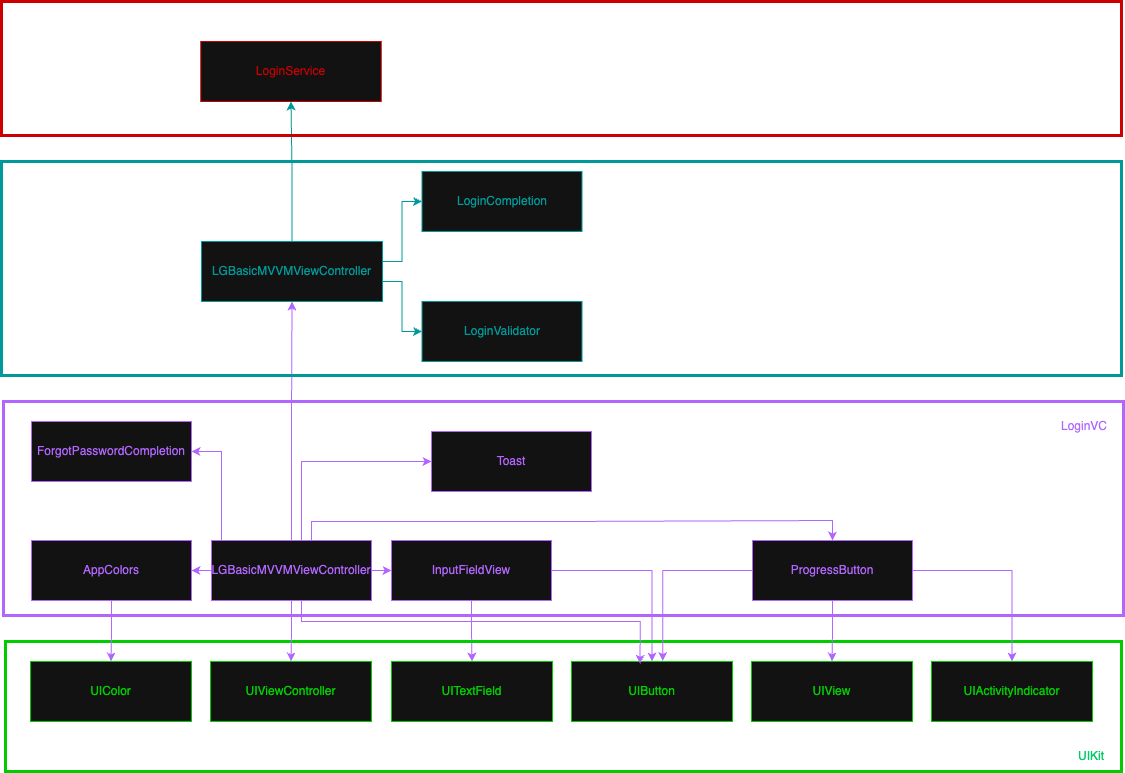
This is ECommerceScreens/ECommerceScreens/Login/BasicMVVM/Diagrams/LGBasicMVVMDependency.png from hiren9697/UIPatternsDemonstration, a draw.io export, as it was before one commit. Source tidied: cells renumbered, new cells last; positions are measured from the earlier drawing's top-left corner, leaving out a move shared by most shapes.
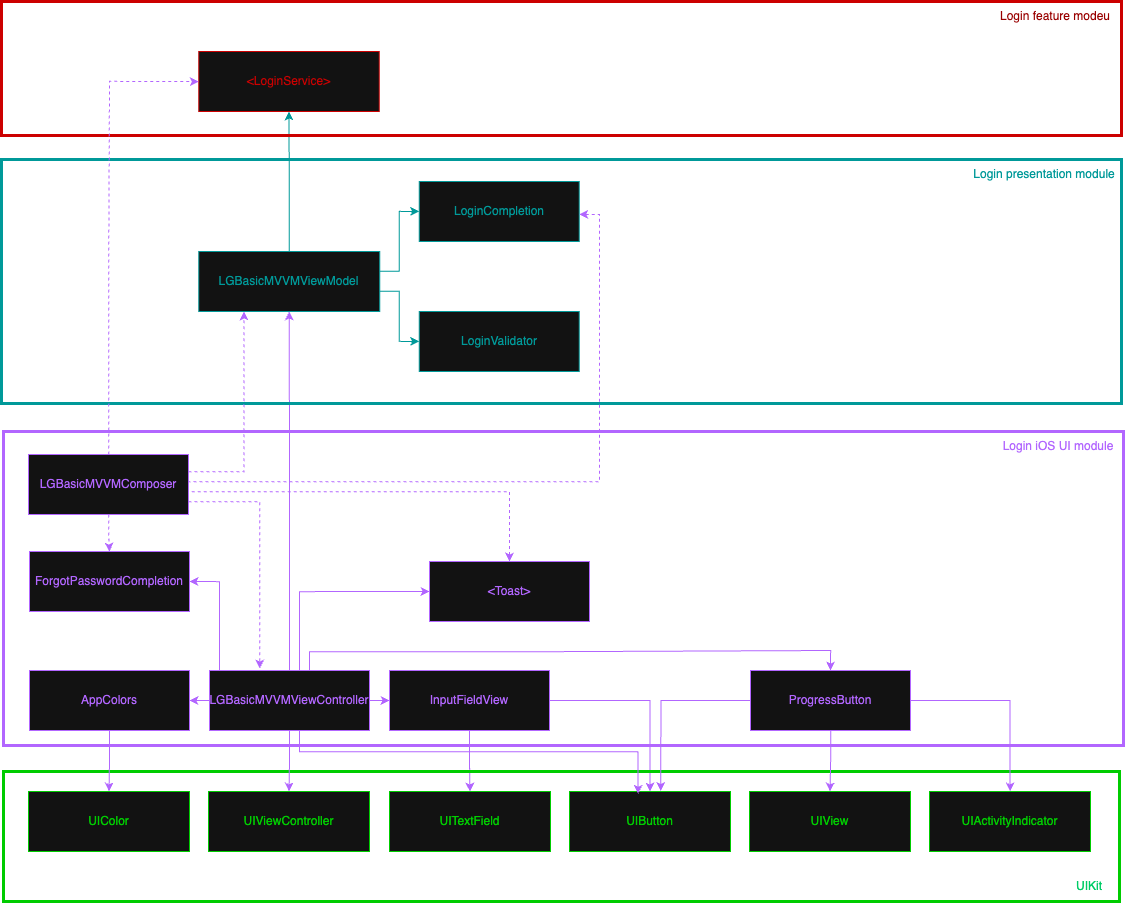
After the commit.

The edit, as a diff of the source:
```diff
@@ -14,20 +14,20 @@
     <mxCell id="5" value="&lt;span style=&quot;color: light-dark(rgb(0, 0, 0), rgb(178, 102, 255));&quot;&gt;ForgotPasswordCompletion&lt;/span&gt;" style="rounded=0;whiteSpace=wrap;html=1;strokeColor=light-dark(#000000,#B266FF);" parent="1" vertex="1">
       <mxGeometry x="30" y="420" width="160" height="60" as="geometry" />
     </mxCell>
-    <mxCell id="6" style="rounded=0;whiteSpace=wrap;html=1;strokeColor=light-dark(#000000,#B266FF);fillColor=none;strokeWidth=3;" parent="1" vertex="1">
-      <mxGeometry x="2" y="400" width="1120" height="214" as="geometry" />
-    </mxCell>
-    <mxCell id="7" style="rounded=0;whiteSpace=wrap;html=1;strokeColor=light-dark(#000000,#00CC00);fillColor=none;strokeWidth=3;" parent="1" vertex="1">
-      <mxGeometry x="4" y="640" width="1116" height="130" as="geometry" />
-    </mxCell>
+    <mxCell id="41" style="rounded=0;whiteSpace=wrap;html=1;strokeColor=light-dark(#000000,#B266FF);fillColor=none;strokeWidth=3;" parent="1" vertex="1">
+      <mxGeometry x="4" y="300" width="1120" height="314" as="geometry" />
+    </mxCell>
+    <mxCell id="42" style="rounded=0;whiteSpace=wrap;html=1;strokeColor=light-dark(#000000,#00CC00);fillColor=none;strokeWidth=3;" parent="1" vertex="1">
+      <mxGeometry x="4" y="640" width="1116" height="130" as="geometry" />
+    </mxCell>
     <mxCell id="8" value="&lt;font style=&quot;color: light-dark(rgb(0, 0, 0), rgb(0, 204, 102));&quot;&gt;UIKit&lt;/font&gt;" style="text;html=1;align=center;verticalAlign=middle;whiteSpace=wrap;rounded=0;" parent="1" vertex="1">
       <mxGeometry x="1060" y="740" width="60" height="30" as="geometry" />
     </mxCell>
-    <mxCell id="9" value="&lt;font style=&quot;color: light-dark(rgb(0, 0, 0), rgb(178, 102, 255));&quot;&gt;LoginVC&lt;/font&gt;" style="text;html=1;align=center;verticalAlign=middle;whiteSpace=wrap;rounded=0;" parent="1" vertex="1">
-      <mxGeometry x="1044" y="410" width="78" height="30" as="geometry" />
-    </mxCell>
+    <mxCell id="43" value="&lt;font style=&quot;color: light-dark(rgb(0, 0, 0), rgb(178, 102, 255));&quot;&gt;Login iOS UI module&lt;/font&gt;" style="text;html=1;align=center;verticalAlign=middle;whiteSpace=wrap;rounded=0;" parent="1" vertex="1">
+      <mxGeometry x="998" y="300" width="122" height="30" as="geometry" />
+    </mxCell>
     <mxCell id="10" value="&lt;font style=&quot;color: light-dark(rgb(0, 0, 0), rgb(0, 153, 153));&quot;&gt;LoginCompletion&lt;/font&gt;" style="rounded=0;whiteSpace=wrap;html=1;strokeColor=light-dark(#000000,#009999);" parent="1" vertex="1">
-      <mxGeometry x="420.5" y="170" width="160" height="60" as="geometry" />
+      <mxGeometry x="419.8" y="50" width="160" height="60" as="geometry" />
     </mxCell>
     <mxCell id="11" style="edgeStyle=orthogonalEdgeStyle;rounded=0;jettySize=auto;html=1;entryX=0.5;entryY=0;entryDx=0;entryDy=0;strokeColor=#B266FF;" parent="1" edge="1" source="13" target="31">
       <mxGeometry relative="1" as="geometry" />
@@ -38,14 +38,14 @@
     <mxCell id="13" value="&lt;span style=&quot;color: light-dark(rgb(0, 0, 0), rgb(178, 102, 255));&quot;&gt;ProgressButton&lt;/span&gt;" style="rounded=0;whiteSpace=wrap;html=1;strokeColor=light-dark(#000000,#B266FF);" parent="1" vertex="1">
       <mxGeometry x="751" y="539" width="160" height="60" as="geometry" />
     </mxCell>
-    <mxCell id="14" value="&lt;font style=&quot;color: light-dark(rgb(0, 0, 0), rgb(204, 0, 0));&quot;&gt;LoginService&lt;/font&gt;" style="rounded=0;whiteSpace=wrap;html=1;strokeColor=light-dark(#000000,#CC0000);" parent="1" vertex="1">
-      <mxGeometry x="199.2" y="40" width="180.5" height="60" as="geometry" />
-    </mxCell>
-    <mxCell id="15" value="&lt;span style=&quot;color: light-dark(rgb(0, 0, 0), rgb(178, 102, 255));&quot;&gt;Toast&lt;/span&gt;" style="rounded=0;whiteSpace=wrap;html=1;strokeColor=light-dark(#000000,#B266FF);" parent="1" vertex="1">
-      <mxGeometry x="430" y="430" width="160" height="60" as="geometry" />
-    </mxCell>
+    <mxCell id="44" value="&lt;font style=&quot;color: light-dark(rgb(0, 0, 0), rgb(204, 0, 0));&quot;&gt;&amp;lt;LoginService&amp;gt;&lt;/font&gt;" style="rounded=0;whiteSpace=wrap;html=1;strokeColor=light-dark(#000000,#CC0000);" parent="1" vertex="1">
+      <mxGeometry x="199.2" y="-80" width="180.5" height="60" as="geometry" />
+    </mxCell>
+    <mxCell id="45" value="&lt;span style=&quot;color: light-dark(rgb(0, 0, 0), rgb(178, 102, 255));&quot;&gt;&amp;lt;Toast&amp;gt;&lt;/span&gt;" style="rounded=0;whiteSpace=wrap;html=1;strokeColor=light-dark(#000000,#B266FF);" parent="1" vertex="1">
+      <mxGeometry x="430" y="430" width="160" height="60" as="geometry" />
+    </mxCell>
     <mxCell id="16" value="&lt;font style=&quot;color: light-dark(rgb(0, 0, 0), rgb(0, 153, 153));&quot;&gt;LoginValidator&lt;/font&gt;" style="rounded=0;whiteSpace=wrap;html=1;strokeColor=light-dark(#000000,#009999);" parent="1" vertex="1">
-      <mxGeometry x="420.5" y="300" width="160" height="60" as="geometry" />
+      <mxGeometry x="419.8" y="180" width="160" height="60" as="geometry" />
     </mxCell>
     <mxCell id="17" style="edgeStyle=orthogonalEdgeStyle;rounded=0;jettySize=auto;html=1;entryX=0.5;entryY=0;entryDx=0;entryDy=0;strokeColor=#B266FF;" parent="1" edge="1" source="18" target="28">
       <mxGeometry relative="1" as="geometry" />
@@ -72,16 +72,16 @@
         </Array>
       </mxGeometry>
     </mxCell>
-    <mxCell id="24" style="edgeStyle=orthogonalEdgeStyle;rounded=0;jettySize=auto;html=1;entryX=0.5;entryY=1;entryDx=0;entryDy=0;strokeColor=light-dark(#000000,#B266FF);" parent="1" edge="1" source="27" target="38">
-      <mxGeometry relative="1" as="geometry" />
-    </mxCell>
-    <mxCell id="25" style="edgeStyle=orthogonalEdgeStyle;rounded=0;jettySize=auto;html=1;entryX=0;entryY=0.5;entryDx=0;entryDy=0;strokeColor=light-dark(#000000,#B266FF);" parent="1" edge="1" source="27" target="15">
-      <mxGeometry relative="1" as="geometry">
-        <Array as="points">
-          <mxPoint x="300" y="460" />
-        </Array>
-      </mxGeometry>
-    </mxCell>
+    <mxCell id="46" style="edgeStyle=orthogonalEdgeStyle;rounded=0;jettySize=auto;html=1;entryX=0.5;entryY=1;entryDx=0;entryDy=0;strokeColor=light-dark(#000000,#B266FF);" parent="1" edge="1" source="27" target="51">
+      <mxGeometry relative="1" as="geometry" />
+    </mxCell>
+    <mxCell id="47" style="edgeStyle=orthogonalEdgeStyle;rounded=0;jettySize=auto;html=1;entryX=0;entryY=0.5;entryDx=0;entryDy=0;strokeColor=light-dark(#000000,#B266FF);" parent="1" edge="1" source="27" target="45">
+      <mxGeometry relative="1" as="geometry">
+        <Array as="points">
+          <mxPoint x="300" y="460" />
+        </Array>
+      </mxGeometry>
+    </mxCell>
     <mxCell id="26" style="edgeStyle=orthogonalEdgeStyle;rounded=0;jettySize=auto;html=1;entryX=0.5;entryY=0;entryDx=0;entryDy=0;strokeColor=light-dark(#000000,#B266FF);" parent="1" edge="1" source="27" target="13">
       <mxGeometry relative="1" as="geometry">
         <Array as="points">
@@ -120,33 +120,88 @@
         </Array>
       </mxGeometry>
     </mxCell>
-    <mxCell id="35" style="edgeStyle=orthogonalEdgeStyle;rounded=0;jettySize=auto;html=1;entryX=0;entryY=0.5;entryDx=0;entryDy=0;strokeColor=light-dark(#000000,#009999);" parent="1" edge="1" source="38" target="10">
-      <mxGeometry relative="1" as="geometry">
-        <Array as="points">
-          <mxPoint x="400.5" y="260" />
-          <mxPoint x="400.5" y="200" />
-        </Array>
-      </mxGeometry>
-    </mxCell>
-    <mxCell id="36" style="edgeStyle=orthogonalEdgeStyle;rounded=0;jettySize=auto;html=1;entryX=0;entryY=0.5;entryDx=0;entryDy=0;strokeColor=light-dark(#000000,#009999);" parent="1" edge="1" source="38" target="16">
-      <mxGeometry relative="1" as="geometry">
-        <Array as="points">
-          <mxPoint x="400.5" y="280" />
-          <mxPoint x="400.5" y="330" />
-        </Array>
-      </mxGeometry>
-    </mxCell>
-    <mxCell id="37" style="edgeStyle=orthogonalEdgeStyle;rounded=0;jettySize=auto;html=1;entryX=0.5;entryY=1;entryDx=0;entryDy=0;strokeColor=light-dark(#000000,#009999);" parent="1" edge="1" source="38" target="14">
-      <mxGeometry relative="1" as="geometry" />
-    </mxCell>
-    <mxCell id="38" value="&lt;font style=&quot;color: light-dark(rgb(0, 0, 0), rgb(0, 153, 153));&quot;&gt;LGBasicMVVMViewController&lt;/font&gt;" style="rounded=0;whiteSpace=wrap;html=1;strokeColor=light-dark(#000000,#009999);" parent="1" vertex="1">
-      <mxGeometry x="200" y="240" width="181" height="60" as="geometry" />
-    </mxCell>
-    <mxCell id="39" style="rounded=0;whiteSpace=wrap;html=1;strokeColor=light-dark(#000000,#009999);fillColor=none;strokeWidth=3;" parent="1" vertex="1">
-      <mxGeometry y="160" width="1120" height="214" as="geometry" />
-    </mxCell>
-    <mxCell id="40" style="rounded=0;whiteSpace=wrap;html=1;strokeColor=light-dark(#000000,#CC0000);fillColor=none;strokeWidth=3;" parent="1" vertex="1">
-      <mxGeometry width="1120" height="134" as="geometry" />
-    </mxCell>
+    <mxCell id="48" style="edgeStyle=orthogonalEdgeStyle;rounded=0;jettySize=auto;html=1;entryX=0;entryY=0.5;entryDx=0;entryDy=0;strokeColor=light-dark(#000000,#009999);" parent="1" edge="1" source="51" target="10">
+      <mxGeometry relative="1" as="geometry">
+        <Array as="points">
+          <mxPoint x="399.8" y="140" />
+          <mxPoint x="399.8" y="80" />
+        </Array>
+      </mxGeometry>
+    </mxCell>
+    <mxCell id="49" style="edgeStyle=orthogonalEdgeStyle;rounded=0;jettySize=auto;html=1;entryX=0;entryY=0.5;entryDx=0;entryDy=0;strokeColor=light-dark(#000000,#009999);" parent="1" edge="1" source="51" target="16">
+      <mxGeometry relative="1" as="geometry">
+        <Array as="points">
+          <mxPoint x="399.8" y="160" />
+          <mxPoint x="399.8" y="210" />
+        </Array>
+      </mxGeometry>
+    </mxCell>
+    <mxCell id="50" style="edgeStyle=orthogonalEdgeStyle;rounded=0;jettySize=auto;html=1;entryX=0.5;entryY=1;entryDx=0;entryDy=0;strokeColor=light-dark(#000000,#009999);" parent="1" edge="1" source="51" target="44">
+      <mxGeometry relative="1" as="geometry" />
+    </mxCell>
+    <mxCell id="51" value="&lt;font style=&quot;color: light-dark(rgb(0, 0, 0), rgb(0, 153, 153));&quot;&gt;LGBasicMVVMViewModel&lt;/font&gt;" style="rounded=0;whiteSpace=wrap;html=1;strokeColor=light-dark(#000000,#009999);" parent="1" vertex="1">
+      <mxGeometry x="199.2" y="120" width="181" height="60" as="geometry" />
+    </mxCell>
+    <mxCell id="52" style="rounded=0;whiteSpace=wrap;html=1;strokeColor=light-dark(#000000,#009999);fillColor=none;strokeWidth=3;" parent="1" vertex="1">
+      <mxGeometry x="2" y="28" width="1120" height="244" as="geometry" />
+    </mxCell>
+    <mxCell id="53" style="rounded=0;whiteSpace=wrap;html=1;strokeColor=light-dark(#000000,#CC0000);fillColor=none;strokeWidth=3;" parent="1" vertex="1">
+      <mxGeometry x="2" y="-130" width="1120" height="134" as="geometry" />
+    </mxCell>
+    <mxCell id="54" value="&lt;font style=&quot;color: light-dark(rgb(0, 0, 0), rgb(0, 153, 153));&quot;&gt;Login presentation module&lt;/font&gt;" style="text;html=1;align=center;verticalAlign=middle;whiteSpace=wrap;rounded=0;" parent="1" vertex="1">
+      <mxGeometry x="970" y="28" width="150" height="30" as="geometry" />
+    </mxCell>
+    <mxCell id="55" style="edgeStyle=orthogonalEdgeStyle;rounded=0;jettySize=auto;html=1;entryX=0.5;entryY=0;entryDx=0;entryDy=0;strokeColor=light-dark(#000000,#B266FF);dashed=1;" parent="1" edge="1" source="60" target="5">
+      <mxGeometry relative="1" as="geometry" />
+    </mxCell>
+    <mxCell id="56" style="edgeStyle=orthogonalEdgeStyle;rounded=0;orthogonalLoop=1;jettySize=auto;html=1;strokeColor=light-dark(#000000,#B266FF);dashed=1;" parent="1" edge="1">
+      <mxGeometry relative="1" as="geometry">
+        <mxPoint x="189" y="363" as="sourcePoint" />
+        <mxPoint x="510" y="430" as="targetPoint" />
+        <Array as="points">
+          <mxPoint x="189" y="360" />
+          <mxPoint x="510" y="360" />
+        </Array>
+      </mxGeometry>
+    </mxCell>
+    <mxCell id="57" style="edgeStyle=orthogonalEdgeStyle;rounded=0;jettySize=auto;html=1;entryX=0.25;entryY=1;entryDx=0;entryDy=0;strokeColor=light-dark(#000000,#B266FF);dashed=1;" parent="1" edge="1" source="60" target="51">
+      <mxGeometry relative="1" as="geometry">
+        <Array as="points">
+          <mxPoint x="245" y="340" />
+        </Array>
+      </mxGeometry>
+    </mxCell>
+    <mxCell id="58" style="edgeStyle=orthogonalEdgeStyle;rounded=0;orthogonalLoop=1;jettySize=auto;html=1;entryX=1;entryY=0.5;entryDx=0;entryDy=0;strokeColor=light-dark(#000000,#B266FF);dashed=1;" parent="1" edge="1">
+      <mxGeometry relative="1" as="geometry">
+        <mxPoint x="189" y="343" as="sourcePoint" />
+        <mxPoint x="579.8" y="83" as="targetPoint" />
+        <Array as="points">
+          <mxPoint x="189" y="350" />
+          <mxPoint x="600" y="350" />
+          <mxPoint x="600" y="83" />
+        </Array>
+      </mxGeometry>
+    </mxCell>
+    <mxCell id="59" style="edgeStyle=orthogonalEdgeStyle;rounded=0;jettySize=auto;html=1;entryX=0;entryY=0.5;entryDx=0;entryDy=0;dashed=1;strokeColor=light-dark(#000000,#B266FF);" parent="1" edge="1" source="60" target="44">
+      <mxGeometry relative="1" as="geometry">
+        <Array as="points">
+          <mxPoint x="109" y="152" />
+          <mxPoint x="110" y="-50" />
+        </Array>
+      </mxGeometry>
+    </mxCell>
+    <mxCell id="60" value="&lt;span style=&quot;color: light-dark(rgb(0, 0, 0), rgb(178, 102, 255));&quot;&gt;LGBasicMVVMComposer&lt;/span&gt;" style="rounded=0;whiteSpace=wrap;html=1;strokeColor=light-dark(#000000,#B266FF);" parent="1" vertex="1">
+      <mxGeometry x="29" y="323" width="160" height="60" as="geometry" />
+    </mxCell>
+    <mxCell id="61" style="edgeStyle=orthogonalEdgeStyle;rounded=0;jettySize=auto;html=1;entryX=0.314;entryY=-0.033;entryDx=0;entryDy=0;entryPerimeter=0;strokeColor=light-dark(#000000,#B266FF);dashed=1;" parent="1" edge="1" source="60" target="27">
+      <mxGeometry relative="1" as="geometry">
+        <Array as="points">
+          <mxPoint x="260" y="370" />
+        </Array>
+      </mxGeometry>
+    </mxCell>
+    <mxCell id="62" value="&lt;font style=&quot;color: light-dark(rgb(0, 0, 0), rgb(153, 0, 0));&quot;&gt;Login feature modeu&lt;/font&gt;" style="text;html=1;align=center;verticalAlign=middle;whiteSpace=wrap;rounded=0;" parent="1" vertex="1">
+      <mxGeometry x="992" y="-130" width="128" height="30" as="geometry" />
+    </mxCell>
   </root>
 </mxGraphModel>
```
